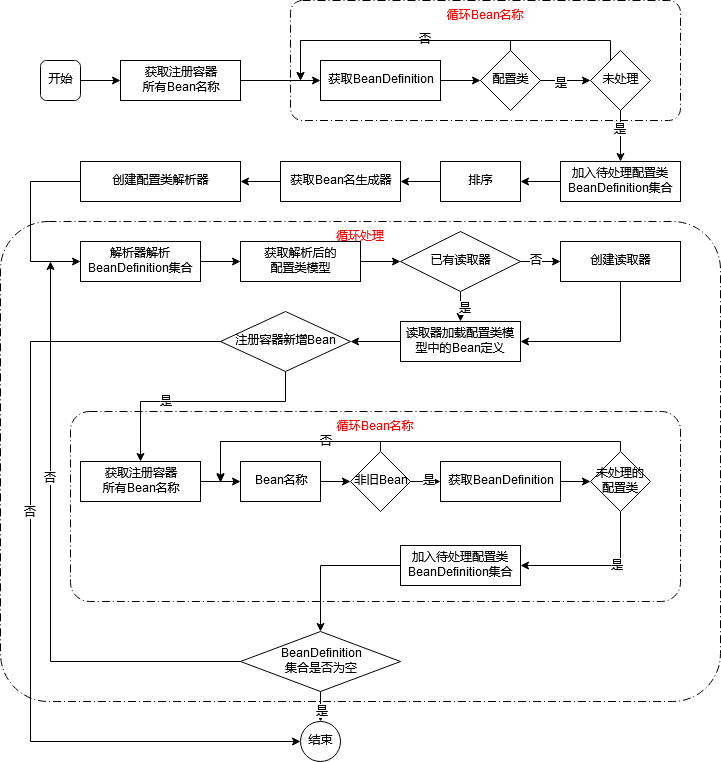
Above: spring-ioc/images/spring-config-post-processor-flow.png in rutine/spring-doc (draw.io), before the change. Source tidied: cells renumbered, new cells last; positions are measured from the earlier drawing's top-left corner, leaving out a move shared by most shapes.
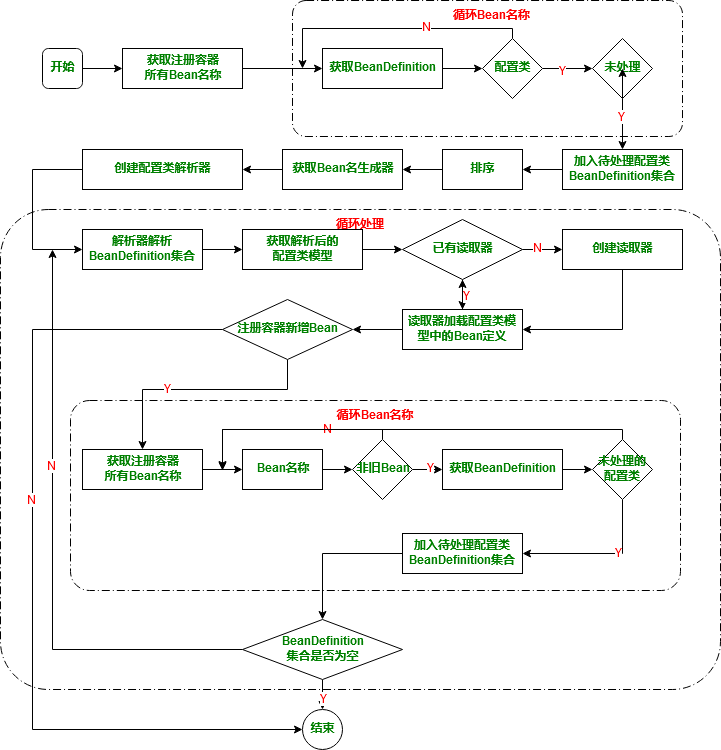
Later version of the same file.

Change to the diagram source:
```diff
@@ -7,3 +7,3 @@
     </mxCell>
-    <mxCell id="3" value="开始" style="rounded=1;whiteSpace=wrap;html=1;" parent="1" vertex="1">
+    <mxCell id="3" value="&lt;font color=&quot;#008000&quot;&gt;开始&lt;/font&gt;" style="rounded=1;whiteSpace=wrap;html=1;fontStyle=1;" parent="1" vertex="1">
       <mxGeometry x="40" y="60" width="40" height="40" as="geometry" />
@@ -13,3 +13,3 @@
     </mxCell>
-    <mxCell id="5" value="&lt;div&gt;获取注册容器&lt;/div&gt;&lt;div&gt;所有Bean名称&lt;/div&gt;" style="rounded=0;whiteSpace=wrap;html=1;" parent="1" vertex="1">
+    <mxCell id="5" value="&lt;div&gt;&lt;font color=&quot;#008000&quot;&gt;获取注册容器&lt;/font&gt;&lt;/div&gt;&lt;div&gt;&lt;font color=&quot;#008000&quot;&gt;所有Bean名称&lt;/font&gt;&lt;/div&gt;" style="rounded=0;whiteSpace=wrap;html=1;fontStyle=1;" parent="1" vertex="1">
       <mxGeometry x="120" y="60" width="120" height="40" as="geometry" />
@@ -19,8 +19,5 @@
     </mxCell>
-    <mxCell id="7" value="获取BeanDefinition" style="rounded=0;whiteSpace=wrap;html=1;" parent="1" vertex="1">
+    <mxCell id="7" value="获取BeanDefinition" style="rounded=0;whiteSpace=wrap;html=1;fontColor=#008000;fontStyle=1;" parent="1" vertex="1">
       <mxGeometry x="320" y="60" width="120" height="40" as="geometry" />
     </mxCell>
-    <mxCell id="8" value="循环Bean名称" style="rounded=1;arcSize=10;dashed=1;strokeColor=#000000;fillColor=none;gradientColor=none;dashPattern=8 3 1 3;strokeWidth=1;align=center;verticalAlign=top;fontColor=#FF0000;" parent="1" vertex="1">
-      <mxGeometry x="290" width="390" height="120" as="geometry" />
-    </mxCell>
     <mxCell id="9" style="edgeStyle=orthogonalEdgeStyle;rounded=0;jettySize=auto;html=1;" parent="1" edge="1" source="13" target="17">
@@ -28,3 +25,3 @@
     </mxCell>
-    <mxCell id="10" value="是" style="text;html=1;align=center;verticalAlign=middle;labelBackgroundColor=#ffffff;" parent="9" vertex="1">
+    <mxCell id="10" value="&lt;font color=&quot;#FF0000&quot;&gt;Y&lt;/font&gt;" style="text;html=1;align=center;verticalAlign=middle;labelBackgroundColor=#ffffff;" parent="9" vertex="1">
       <mxGeometry x="-0.18" y="-3" relative="1" as="geometry" />
@@ -40,6 +37,6 @@
     </mxCell>
-    <mxCell id="12" value="否" style="text;html=1;align=center;verticalAlign=middle;labelBackgroundColor=#ffffff;" parent="11" vertex="1">
+    <mxCell id="12" value="&lt;font color=&quot;#FF0000&quot;&gt;N&lt;/font&gt;" style="text;html=1;align=center;verticalAlign=middle;labelBackgroundColor=#ffffff;" parent="11" vertex="1">
       <mxGeometry x="-0.26" y="-1" relative="1" as="geometry" />
     </mxCell>
-    <mxCell id="13" value="配置类" style="rhombus;whiteSpace=wrap;html=1;strokeColor=#000000;strokeWidth=1;align=center;" parent="1" vertex="1">
+    <mxCell id="13" value="配置类" style="rhombus;whiteSpace=wrap;html=1;strokeColor=#000000;strokeWidth=1;align=center;fontColor=#008000;fontStyle=1;" parent="1" vertex="1">
       <mxGeometry x="480" y="50" width="60" height="60" as="geometry" />
@@ -49,6 +46,6 @@
     </mxCell>
-    <mxCell id="15" value="是" style="text;html=1;align=center;verticalAlign=middle;labelBackgroundColor=#ffffff;" parent="14" vertex="1">
+    <mxCell id="15" value="&lt;font color=&quot;#FF0000&quot;&gt;Y&lt;/font&gt;" style="text;html=1;align=center;verticalAlign=middle;labelBackgroundColor=#ffffff;" parent="14" vertex="1">
       <mxGeometry x="-0.25" y="-1" relative="1" as="geometry" />
     </mxCell>
-    <mxCell id="16" style="edgeStyle=orthogonalEdgeStyle;rounded=0;jettySize=auto;html=1;" parent="1" edge="1" source="17">
+    <mxCell id="16" style="edgeStyle=orthogonalEdgeStyle;rounded=0;jettySize=auto;html=1;" parent="1" edge="1" source="8">
       <mxGeometry relative="1" as="geometry">
@@ -56,3 +53,2 @@
         <Array as="points">
-          <mxPoint x="610" y="40" />
           <mxPoint x="300" y="40" />
@@ -61,3 +57,3 @@
     </mxCell>
-    <mxCell id="17" value="未处理" style="rhombus;whiteSpace=wrap;html=1;strokeColor=#000000;strokeWidth=1;align=center;" parent="1" vertex="1">
+    <mxCell id="17" value="未处理" style="rhombus;whiteSpace=wrap;html=1;strokeColor=#000000;strokeWidth=1;align=center;fontColor=#008000;fontStyle=1;" parent="1" vertex="1">
       <mxGeometry x="590" y="50" width="60" height="60" as="geometry" />
@@ -67,3 +63,3 @@
     </mxCell>
-    <mxCell id="19" value="加入待处理配置类BeanDefinition集合" style="rounded=0;whiteSpace=wrap;html=1;strokeColor=#000000;strokeWidth=1;align=center;" parent="1" vertex="1">
+    <mxCell id="19" value="加入待处理配置类BeanDefinition集合" style="rounded=0;whiteSpace=wrap;html=1;strokeColor=#000000;strokeWidth=1;align=center;fontColor=#008000;fontStyle=1;" parent="1" vertex="1">
       <mxGeometry x="560" y="161" width="120" height="40" as="geometry" />
@@ -73,3 +69,3 @@
     </mxCell>
-    <mxCell id="21" value="排序" style="rounded=0;whiteSpace=wrap;html=1;strokeColor=#000000;strokeWidth=1;fontColor=#000000;align=center;" parent="1" vertex="1">
+    <mxCell id="21" value="排序" style="rounded=0;whiteSpace=wrap;html=1;strokeColor=#000000;strokeWidth=1;fontColor=#008000;align=center;fontStyle=1;" parent="1" vertex="1">
       <mxGeometry x="440" y="161" width="80" height="40" as="geometry" />
@@ -79,3 +75,3 @@
     </mxCell>
-    <mxCell id="23" value="获取Bean名生成器" style="rounded=0;whiteSpace=wrap;html=1;strokeColor=#000000;strokeWidth=1;fontColor=#000000;align=center;" parent="1" vertex="1">
+    <mxCell id="23" value="获取Bean名生成器" style="rounded=0;whiteSpace=wrap;html=1;strokeColor=#000000;strokeWidth=1;fontColor=#008000;align=center;fontStyle=1;" parent="1" vertex="1">
       <mxGeometry x="280" y="161" width="120" height="40" as="geometry" />
@@ -90,3 +86,3 @@
     </mxCell>
-    <mxCell id="25" value="&lt;div&gt;创建配置类解析器&lt;/div&gt;" style="rounded=0;whiteSpace=wrap;html=1;strokeColor=#000000;strokeWidth=1;fontColor=#000000;align=center;" parent="1" vertex="1">
+    <mxCell id="25" value="&lt;div&gt;创建配置类解析器&lt;/div&gt;" style="rounded=0;whiteSpace=wrap;html=1;strokeColor=#000000;strokeWidth=1;fontColor=#008000;align=center;fontStyle=1;" parent="1" vertex="1">
       <mxGeometry x="80" y="161" width="160" height="40" as="geometry" />
@@ -96,3 +92,3 @@
     </mxCell>
-    <mxCell id="27" value="解析器解析BeanDefinition集合" style="rounded=0;whiteSpace=wrap;html=1;strokeColor=#000000;strokeWidth=1;fontColor=#000000;align=center;" parent="1" vertex="1">
+    <mxCell id="27" value="&lt;b&gt;&lt;font color=&quot;#008000&quot;&gt;解析器解析BeanDefinition集合&lt;/font&gt;&lt;/b&gt;" style="rounded=0;whiteSpace=wrap;html=1;strokeColor=#000000;strokeWidth=1;fontColor=#000000;align=center;" parent="1" vertex="1">
       <mxGeometry x="80" y="241" width="120" height="40" as="geometry" />
@@ -102,3 +98,3 @@
     </mxCell>
-    <mxCell id="29" value="&lt;div&gt;获取解析后的&lt;/div&gt;&lt;div&gt;配置类模型&lt;/div&gt;" style="rounded=0;whiteSpace=wrap;html=1;strokeColor=#000000;strokeWidth=1;fontColor=#000000;align=center;" parent="1" vertex="1">
+    <mxCell id="29" value="&lt;div&gt;获取解析后的&lt;/div&gt;&lt;div&gt;配置类模型&lt;/div&gt;" style="rounded=0;whiteSpace=wrap;html=1;strokeColor=#000000;strokeWidth=1;fontColor=#008000;align=center;fontStyle=1;" parent="1" vertex="1">
       <mxGeometry x="240" y="241" width="120" height="40" as="geometry" />
@@ -108,3 +104,3 @@
     </mxCell>
-    <mxCell id="31" value="否" style="text;html=1;align=center;verticalAlign=middle;labelBackgroundColor=#ffffff;fontColor=#000000;" parent="30" vertex="1">
+    <mxCell id="31" value="&lt;font color=&quot;#FF0000&quot;&gt;N&lt;/font&gt;" style="text;html=1;align=center;verticalAlign=middle;labelBackgroundColor=#ffffff;fontColor=#000000;" parent="30" vertex="1">
       <mxGeometry x="-0.27" y="1" relative="1" as="geometry" />
@@ -114,6 +110,6 @@
     </mxCell>
-    <mxCell id="33" value="是" style="text;html=1;align=center;verticalAlign=middle;labelBackgroundColor=#ffffff;fontColor=#000000;" parent="32" vertex="1">
+    <mxCell id="33" value="&lt;font color=&quot;#FF0000&quot;&gt;Y&lt;/font&gt;" style="text;html=1;align=center;verticalAlign=middle;labelBackgroundColor=#ffffff;fontColor=#000000;" parent="32" vertex="1">
       <mxGeometry x="-0.33" y="4" relative="1" as="geometry" />
     </mxCell>
-    <mxCell id="34" value="已有读取器" style="rhombus;whiteSpace=wrap;html=1;strokeColor=#000000;strokeWidth=1;align=center;" parent="1" vertex="1">
+    <mxCell id="34" value="已有读取器" style="rhombus;whiteSpace=wrap;html=1;strokeColor=#000000;strokeWidth=1;align=center;fontColor=#008000;fontStyle=1;" parent="1" vertex="1">
       <mxGeometry x="400" y="231" width="120" height="60" as="geometry" />
@@ -127,3 +123,3 @@
     </mxCell>
-    <mxCell id="36" value="创建读取器" style="rounded=0;whiteSpace=wrap;html=1;strokeColor=#000000;strokeWidth=1;fontColor=#000000;align=center;" parent="1" vertex="1">
+    <mxCell id="36" value="&lt;b&gt;&lt;font color=&quot;#008000&quot;&gt;创建读取器&lt;/font&gt;&lt;/b&gt;" style="rounded=0;whiteSpace=wrap;html=1;strokeColor=#000000;strokeWidth=1;fontColor=#000000;align=center;" parent="1" vertex="1">
       <mxGeometry x="560" y="241" width="120" height="40" as="geometry" />
@@ -133,3 +129,6 @@
     </mxCell>
+    <mxCell id="69" style="edgeStyle=orthogonalEdgeStyle;rounded=0;jettySize=auto;html=1;" parent="1" edge="1" source="38" target="34">
+      <mxGeometry relative="1" as="geometry" />
+    </mxCell>
-    <mxCell id="38" value="读取器加载配置类模型中的Bean定义" style="rounded=0;whiteSpace=wrap;html=1;strokeColor=#000000;strokeWidth=1;fontColor=#000000;align=center;" parent="1" vertex="1">
+    <mxCell id="38" value="&lt;b&gt;&lt;font color=&quot;#008000&quot;&gt;读取器加载配置类模型中的Bean定义&lt;/font&gt;&lt;/b&gt;" style="rounded=0;whiteSpace=wrap;html=1;strokeColor=#000000;strokeWidth=1;fontColor=#000000;align=center;" parent="1" vertex="1">
       <mxGeometry x="400" y="321" width="120" height="40" as="geometry" />
@@ -144,3 +143,3 @@
     </mxCell>
-    <mxCell id="40" value="是" style="text;html=1;align=center;verticalAlign=middle;labelBackgroundColor=#ffffff;" parent="39" vertex="1">
+    <mxCell id="40" value="&lt;font color=&quot;#FF0000&quot;&gt;Y&lt;/font&gt;" style="text;html=1;align=center;verticalAlign=middle;labelBackgroundColor=#ffffff;" parent="39" vertex="1">
       <mxGeometry x="0.28" relative="1" as="geometry" />
@@ -155,6 +154,6 @@
     </mxCell>
-    <mxCell id="42" value="否" style="text;html=1;align=center;verticalAlign=middle;labelBackgroundColor=#ffffff;" parent="41" vertex="1">
+    <mxCell id="42" value="&lt;font color=&quot;#FF0000&quot;&gt;N&lt;/font&gt;" style="text;html=1;align=center;verticalAlign=middle;labelBackgroundColor=#ffffff;" parent="41" vertex="1">
       <mxGeometry x="-0.16" y="-1" relative="1" as="geometry" />
     </mxCell>
-    <mxCell id="43" value="&lt;div&gt;注册容器新增Bean&lt;br&gt;&lt;/div&gt;" style="rhombus;whiteSpace=wrap;html=1;strokeColor=#000000;strokeWidth=1;align=center;" parent="1" vertex="1">
+    <mxCell id="43" value="&lt;div&gt;&lt;b&gt;&lt;font color=&quot;#008000&quot;&gt;注册容器新增Bean&lt;br&gt;&lt;/font&gt;&lt;/b&gt;&lt;/div&gt;" style="rhombus;whiteSpace=wrap;html=1;strokeColor=#000000;strokeWidth=1;align=center;" parent="1" vertex="1">
       <mxGeometry x="220" y="311" width="130" height="60" as="geometry" />
@@ -164,3 +163,3 @@
     </mxCell>
-    <mxCell id="45" value="&lt;div&gt;获取注册容器&lt;/div&gt;&lt;div&gt;所有Bean名称&lt;/div&gt;" style="rounded=0;whiteSpace=wrap;html=1;strokeColor=#000000;strokeWidth=1;fontColor=#000000;align=center;" parent="1" vertex="1">
+    <mxCell id="45" value="&lt;div&gt;&lt;b&gt;&lt;font color=&quot;#008000&quot;&gt;获取注册容器&lt;/font&gt;&lt;/b&gt;&lt;/div&gt;&lt;div&gt;&lt;b&gt;&lt;font color=&quot;#008000&quot;&gt;所有Bean名称&lt;/font&gt;&lt;/b&gt;&lt;/div&gt;" style="rounded=0;whiteSpace=wrap;html=1;strokeColor=#000000;strokeWidth=1;fontColor=#000000;align=center;" parent="1" vertex="1">
       <mxGeometry x="80" y="461" width="120" height="40" as="geometry" />
@@ -170,7 +169,7 @@
     </mxCell>
-    <mxCell id="47" value="Bean名称" style="rounded=0;whiteSpace=wrap;html=1;" parent="1" vertex="1">
+    <mxCell id="47" value="&lt;b&gt;&lt;font color=&quot;#008000&quot;&gt;Bean名称&lt;/font&gt;&lt;/b&gt;" style="rounded=0;whiteSpace=wrap;html=1;" parent="1" vertex="1">
       <mxGeometry x="240" y="461" width="80" height="40" as="geometry" />
     </mxCell>
-    <mxCell id="48" value="循环Bean名称" style="rounded=1;arcSize=10;dashed=1;strokeColor=#000000;fillColor=none;gradientColor=none;dashPattern=8 3 1 3;strokeWidth=1;align=center;verticalAlign=top;fontColor=#FF0000;" parent="1" vertex="1">
-      <mxGeometry x="70" y="411" width="610" height="190" as="geometry" />
+    <mxCell id="48" value="循环Bean名称" style="rounded=1;arcSize=10;dashed=1;strokeColor=#000000;fillColor=none;gradientColor=none;dashPattern=8 3 1 3;strokeWidth=1;align=center;verticalAlign=top;fontColor=#FF0000;fontStyle=1;" parent="1" vertex="1">
+      <mxGeometry x="68" y="412" width="610" height="190" as="geometry" />
     </mxCell>
@@ -185,3 +184,3 @@
     </mxCell>
-    <mxCell id="50" value="否" style="text;html=1;align=center;verticalAlign=middle;labelBackgroundColor=#ffffff;" parent="49" vertex="1">
+    <mxCell id="50" value="&lt;font color=&quot;#FF0000&quot;&gt;N&lt;/font&gt;" style="text;html=1;align=center;verticalAlign=middle;labelBackgroundColor=#ffffff;" parent="49" vertex="1">
       <mxGeometry x="-0.39" relative="1" as="geometry" />
@@ -191,6 +190,6 @@
     </mxCell>
-    <mxCell id="52" value="是" style="text;html=1;align=center;verticalAlign=middle;labelBackgroundColor=#ffffff;" parent="51" vertex="1">
+    <mxCell id="52" value="&lt;font color=&quot;#FF0000&quot;&gt;Y&lt;/font&gt;" style="text;html=1;align=center;verticalAlign=middle;labelBackgroundColor=#ffffff;" parent="51" vertex="1">
       <mxGeometry x="-0.3" y="1" relative="1" as="geometry" />
     </mxCell>
-    <mxCell id="53" value="非旧Bean" style="rhombus;whiteSpace=wrap;html=1;strokeColor=#000000;strokeWidth=1;align=center;" parent="1" vertex="1">
+    <mxCell id="53" value="&lt;b&gt;&lt;font color=&quot;#008000&quot;&gt;非旧Bean&lt;/font&gt;&lt;/b&gt;" style="rhombus;whiteSpace=wrap;html=1;strokeColor=#000000;strokeWidth=1;align=center;" parent="1" vertex="1">
       <mxGeometry x="350" y="451" width="60" height="60" as="geometry" />
@@ -213,6 +212,6 @@
     </mxCell>
-    <mxCell id="56" value="是" style="text;html=1;align=center;verticalAlign=middle;labelBackgroundColor=#ffffff;" parent="55" vertex="1">
+    <mxCell id="56" value="&lt;font color=&quot;#FF0000&quot;&gt;Y&lt;/font&gt;" style="text;html=1;align=center;verticalAlign=middle;labelBackgroundColor=#ffffff;" parent="55" vertex="1">
       <mxGeometry x="-0.25" relative="1" as="geometry" />
     </mxCell>
-    <mxCell id="57" value="未处理的配置类" style="rhombus;whiteSpace=wrap;html=1;strokeColor=#000000;strokeWidth=1;align=center;" parent="1" vertex="1">
+    <mxCell id="57" value="&lt;b&gt;&lt;font color=&quot;#008000&quot;&gt;未处理的配置类&lt;/font&gt;&lt;/b&gt;" style="rhombus;whiteSpace=wrap;html=1;strokeColor=#000000;strokeWidth=1;align=center;" parent="1" vertex="1">
       <mxGeometry x="590" y="451" width="60" height="60" as="geometry" />
@@ -222,3 +221,3 @@
     </mxCell>
-    <mxCell id="59" value="获取BeanDefinition" style="rounded=0;whiteSpace=wrap;html=1;strokeColor=#000000;strokeWidth=1;fontColor=#000000;align=center;" parent="1" vertex="1">
+    <mxCell id="59" value="&lt;b&gt;&lt;font color=&quot;#008000&quot;&gt;获取BeanDefinition&lt;/font&gt;&lt;/b&gt;" style="rounded=0;whiteSpace=wrap;html=1;strokeColor=#000000;strokeWidth=1;fontColor=#000000;align=center;" parent="1" vertex="1">
       <mxGeometry x="440" y="461" width="120" height="40" as="geometry" />
@@ -228,3 +227,3 @@
     </mxCell>
-    <mxCell id="61" value="加入待处理配置类BeanDefinition集合" style="rounded=0;whiteSpace=wrap;html=1;strokeColor=#000000;strokeWidth=1;align=center;" parent="1" vertex="1">
+    <mxCell id="61" value="&lt;b&gt;&lt;font color=&quot;#008000&quot;&gt;加入待处理配置类BeanDefinition集合&lt;/font&gt;&lt;/b&gt;" style="rounded=0;whiteSpace=wrap;html=1;strokeColor=#000000;strokeWidth=1;align=center;" parent="1" vertex="1">
       <mxGeometry x="400" y="545" width="120" height="40" as="geometry" />
@@ -234,3 +233,3 @@
     </mxCell>
-    <mxCell id="63" value="是" style="text;html=1;align=center;verticalAlign=middle;labelBackgroundColor=#ffffff;" parent="62" vertex="1">
+    <mxCell id="63" value="&lt;font color=&quot;#FF0000&quot;&gt;Y&lt;/font&gt;" style="text;html=1;align=center;verticalAlign=middle;labelBackgroundColor=#ffffff;" parent="62" vertex="1">
       <mxGeometry x="-0.22" y="-1" relative="1" as="geometry" />
@@ -242,14 +241,24 @@
     </mxCell>
-    <mxCell id="65" value="否" style="text;html=1;align=center;verticalAlign=middle;labelBackgroundColor=#ffffff;" parent="64" vertex="1">
+    <mxCell id="65" value="&lt;font color=&quot;#FF0000&quot;&gt;N&lt;/font&gt;" style="text;html=1;align=center;verticalAlign=middle;labelBackgroundColor=#ffffff;" parent="64" vertex="1">
       <mxGeometry x="0.26" y="1" relative="1" as="geometry" />
     </mxCell>
-    <mxCell id="66" value="&lt;div&gt;BeanDefinition&lt;/div&gt;&lt;div&gt;集合是否为空&lt;/div&gt;" style="rhombus;whiteSpace=wrap;html=1;strokeColor=#000000;strokeWidth=1;align=center;" parent="1" vertex="1">
+    <mxCell id="66" value="&lt;div&gt;&lt;b&gt;&lt;font color=&quot;#008000&quot;&gt;BeanDefinition&lt;/font&gt;&lt;/b&gt;&lt;/div&gt;&lt;div&gt;&lt;b&gt;&lt;font color=&quot;#008000&quot;&gt;集合是否为空&lt;/font&gt;&lt;/b&gt;&lt;/div&gt;" style="rhombus;whiteSpace=wrap;html=1;strokeColor=#000000;strokeWidth=1;align=center;" parent="1" vertex="1">
       <mxGeometry x="240" y="631" width="160" height="60" as="geometry" />
     </mxCell>
-    <mxCell id="67" value="结束" style="ellipse;whiteSpace=wrap;html=1;" parent="1" vertex="1">
+    <mxCell id="67" value="&lt;b&gt;&lt;font color=&quot;#008000&quot;&gt;结束&lt;/font&gt;&lt;/b&gt;" style="ellipse;whiteSpace=wrap;html=1;" parent="1" vertex="1">
       <mxGeometry x="300" y="721" width="40" height="40" as="geometry" />
     </mxCell>
-    <mxCell id="68" value="循环处理" style="rounded=1;arcSize=10;dashed=1;strokeColor=#000000;fillColor=none;gradientColor=none;dashPattern=8 3 1 3;strokeWidth=1;align=center;verticalAlign=top;fontColor=#FF0000;" parent="1" vertex="1">
-      <mxGeometry y="221" width="720" height="480" as="geometry" />
+    <mxCell id="68" value="循环处理" style="rounded=1;arcSize=10;dashed=1;strokeColor=#000000;fillColor=none;gradientColor=none;dashPattern=8 3 1 3;strokeWidth=1;align=center;verticalAlign=top;fontColor=#FF0000;fontStyle=1;" parent="1" vertex="1">
+      <mxGeometry x="-2" y="221" width="720" height="480" as="geometry" />
     </mxCell>
+    <mxCell id="8" value="   循环Bean名称" style="rounded=1;arcSize=10;dashed=1;strokeColor=#000000;fillColor=none;gradientColor=none;dashPattern=8 3 1 3;strokeWidth=1;align=center;verticalAlign=top;fontColor=#FF0000;fontStyle=1;" parent="1" vertex="1">
+      <mxGeometry x="290" y="12" width="390" height="136" as="geometry" />
+    </mxCell>
+    <mxCell id="70" style="edgeStyle=orthogonalEdgeStyle;rounded=0;jettySize=auto;html=1;" parent="1" edge="1" source="17" target="8">
+      <mxGeometry relative="1" as="geometry">
+        <Array as="points">
+          <mxPoint x="610" y="40" />
+        </Array>
+      </mxGeometry>
+    </mxCell>
   </root>
```
